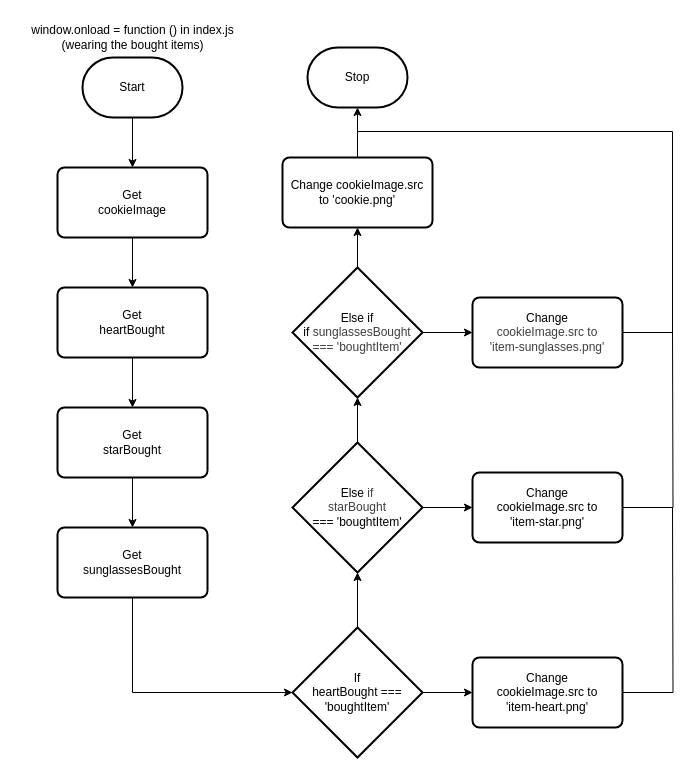
Before: design/flowchart-windowonload-indexJs.drawio in MTHS-ICD2O-1-2024/ICD2O-Final-Project-ain.jeong, a draw.io diagram. Source tidied: cells renumbered, new cells numbered last; positions are measured from the earlier drawing's top-left corner, leaving out a move shared by most shapes. Both pictures are drawn from the tidied source at 100%, with x=0, y=0 at pixel (17, 17).
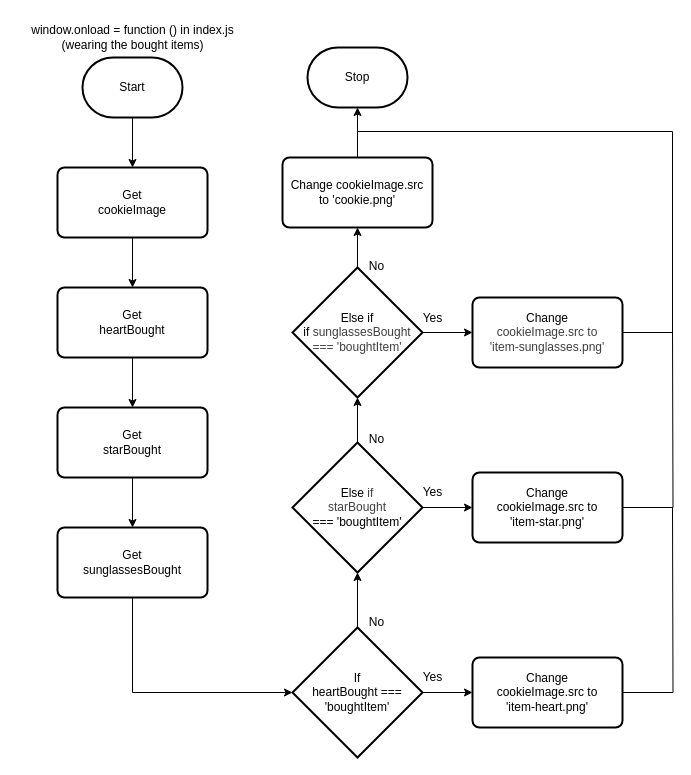
The same diagram, later.

Diff of the diagram source:
```diff
@@
+    <mxCell id="31" value="Yes" style="text;html=1;align=center;verticalAlign=middle;strokeColor=none;fillColor=none;" parent="1" vertex="1">
+      <mxGeometry x="395" y="645" width="40" height="30" as="geometry" />
+    </mxCell>
+    <mxCell id="32" value="Yes" style="text;html=1;align=center;verticalAlign=middle;strokeColor=none;fillColor=none;" parent="1" vertex="1">
+      <mxGeometry x="395" y="460" width="40" height="30" as="geometry" />
+    </mxCell>
+    <mxCell id="33" value="Yes" style="text;html=1;align=center;verticalAlign=middle;strokeColor=none;fillColor=none;" parent="1" vertex="1">
+      <mxGeometry x="395" y="286" width="40" height="30" as="geometry" />
+    </mxCell>
+    <mxCell id="34" value="No" style="text;html=1;align=center;verticalAlign=middle;strokeColor=none;fillColor=none;" parent="1" vertex="1">
+      <mxGeometry x="339" y="234" width="40" height="30" as="geometry" />
+    </mxCell>
+    <mxCell id="35" value="No" style="text;html=1;align=center;verticalAlign=middle;strokeColor=none;fillColor=none;" parent="1" vertex="1">
+      <mxGeometry x="339" y="407" width="40" height="30" as="geometry" />
+    </mxCell>
+    <mxCell id="36" value="No" style="text;html=1;align=center;verticalAlign=middle;strokeColor=none;fillColor=none;" parent="1" vertex="1">
+      <mxGeometry x="339" y="590" width="40" height="30" as="geometry" />
+    </mxCell>
```
